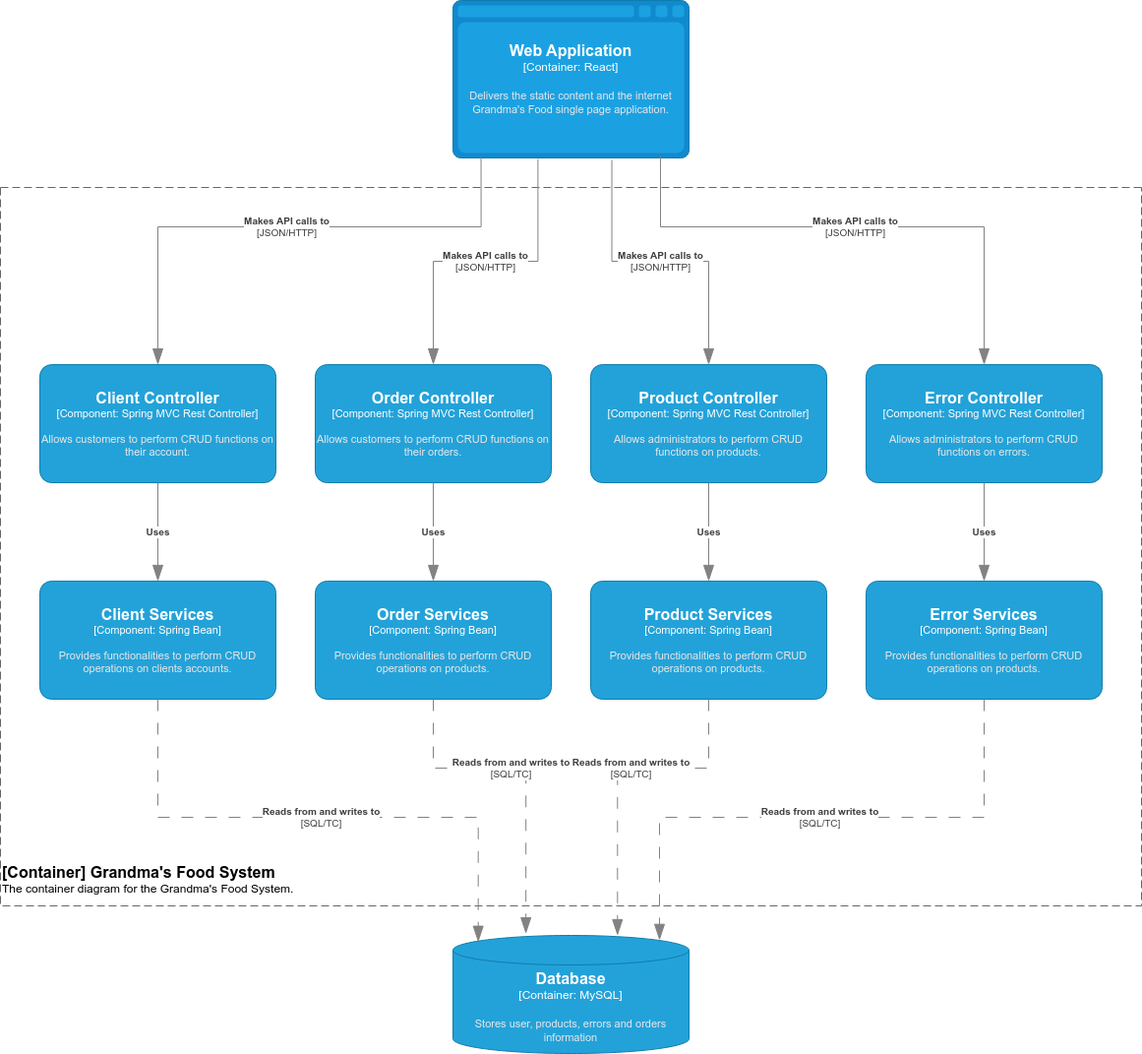
Before: images/c4/component_diagram.png, a diagram exported from draw.io (juan-bueno-01/java-project). Source tidied: cells renumbered, new cells last; positions are measured from the earlier drawing's top-left corner, leaving out a move shared by most shapes.
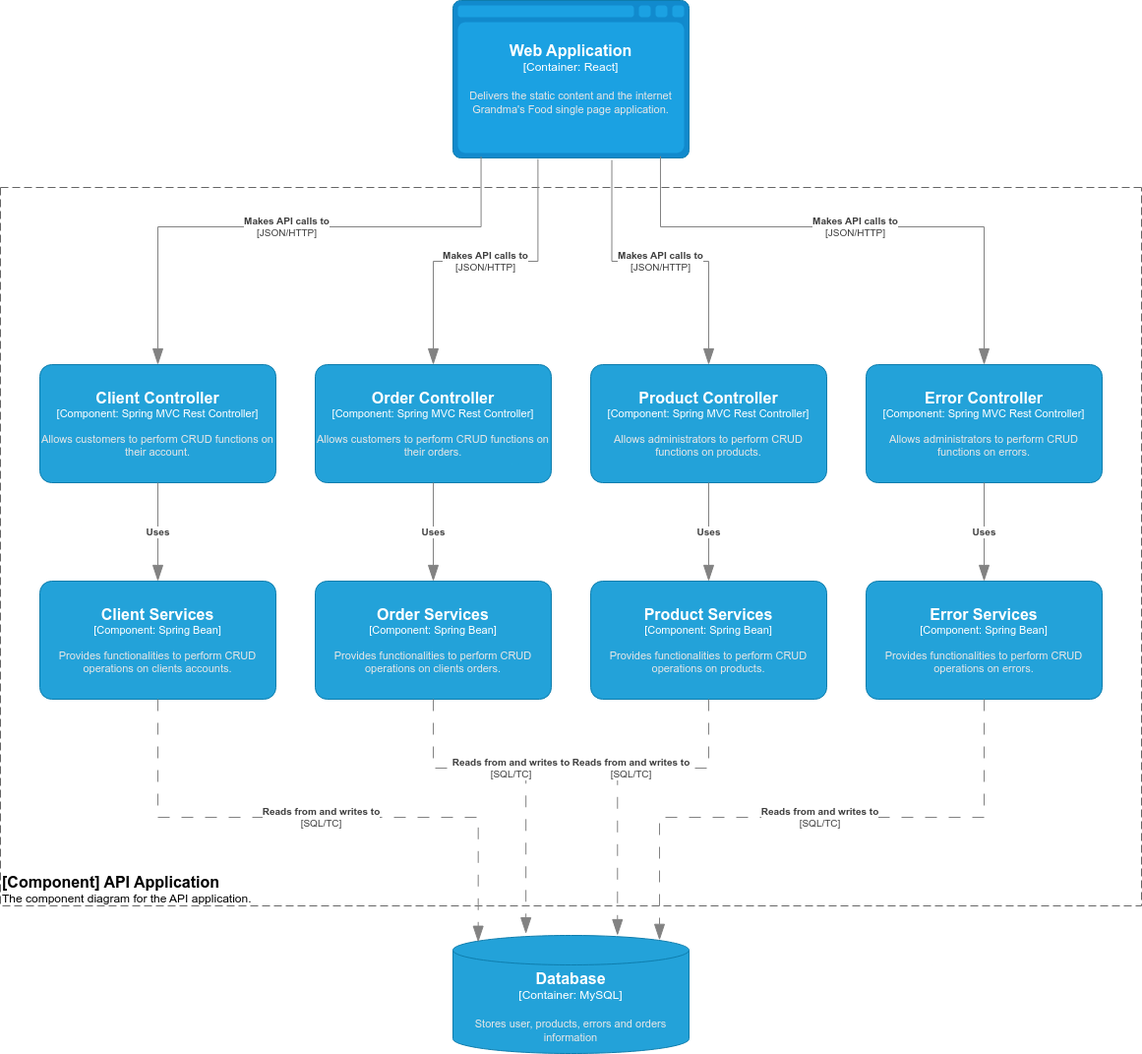
After the change.

Commit message:
component diagram fix

Diff of the diagram source:
```diff
@@ -5,9 +5,9 @@
     <mxCell id="2" style="swimlane;startSize=0;rounded=1;dashed=1;dashPattern=8 4;strokeColor=#666666;align=left;verticalAlign=bottom;spacingTop=0;spacing=10;arcSize=11;fontFamily=Helvetica;fontSize=11;fontColor=#333333;labelBorderColor=none;labelBackgroundColor=none;fillColor=none;" parent="1" vertex="1">
       <mxGeometry y="190" width="1160" height="730" as="geometry" />
     </mxCell>
-    <object id="3" label="&lt;font style=&quot;font-size: 16px&quot;&gt;&lt;b&gt;&lt;div style=&quot;text-align: left&quot;&gt;%c4Name%&lt;/div&gt;&lt;/b&gt;&lt;/font&gt;&lt;div style=&quot;text-align: left&quot;&gt;%c4Description%&lt;/div&gt;" c4Description="The container diagram for the Grandma's Food System." c4Name="[Container] Grandma's Food System" c4Type="ContainerDiagramTitle" placeholders="1">
+    <object id="3" label="&lt;font style=&quot;font-size: 16px&quot;&gt;&lt;b&gt;&lt;div style=&quot;text-align: left&quot;&gt;%c4Name%&lt;/div&gt;&lt;/b&gt;&lt;/font&gt;&lt;div style=&quot;text-align: left&quot;&gt;%c4Description%&lt;/div&gt;" c4Description="The component diagram for the API application." c4Name="[Component] API Application" c4Type="ContainerDiagramTitle" placeholders="1">
       <mxCell style="text;html=1;strokeColor=none;fillColor=none;align=left;verticalAlign=top;whiteSpace=wrap;rounded=0;" parent="2" vertex="1">
-        <mxGeometry y="680" width="310" height="50" as="geometry" />
+        <mxGeometry y="690" width="310" height="40" as="geometry" />
       </mxCell>
     </object>
     <object id="4" label="&lt;font style=&quot;font-size: 16px&quot;&gt;&lt;b&gt;%c4Name%&lt;/b&gt;&lt;/font&gt;&lt;div&gt;[%c4Type%: %c4Technology%]&lt;/div&gt;&lt;br&gt;&lt;div&gt;&lt;font style=&quot;font-size: 11px&quot;&gt;&lt;font color=&quot;#E6E6E6&quot;&gt;%c4Description%&lt;/font&gt;&lt;/div&gt;" c4Description="Allows customers to perform CRUD functions on their account." c4Name="Client Controller" c4Technology="Spring MVC Rest Controller" c4Type="Component" placeholders="1">
@@ -25,7 +25,7 @@
         <mxGeometry x="40" y="400" width="240" height="120" as="geometry" />
       </mxCell>
     </object>
-    <object id="7" label="&lt;font style=&quot;font-size: 16px&quot;&gt;&lt;b&gt;%c4Name%&lt;/b&gt;&lt;/font&gt;&lt;div&gt;[%c4Type%: %c4Technology%]&lt;/div&gt;&lt;br&gt;&lt;div&gt;&lt;font style=&quot;font-size: 11px&quot;&gt;&lt;font color=&quot;#E6E6E6&quot;&gt;%c4Description%&lt;/font&gt;&lt;/div&gt;" c4Description="Provides functionalities to perform CRUD operations on products." c4Name="Order Services" c4Technology="Spring Bean" c4Type="Component" placeholders="1">
+    <object id="7" label="&lt;font style=&quot;font-size: 16px&quot;&gt;&lt;b&gt;%c4Name%&lt;/b&gt;&lt;/font&gt;&lt;div&gt;[%c4Type%: %c4Technology%]&lt;/div&gt;&lt;br&gt;&lt;div&gt;&lt;font style=&quot;font-size: 11px&quot;&gt;&lt;font color=&quot;#E6E6E6&quot;&gt;%c4Description%&lt;/font&gt;&lt;/div&gt;" c4Description="Provides functionalities to perform CRUD operations on clients orders." c4Name="Order Services" c4Technology="Spring Bean" c4Type="Component" placeholders="1">
       <mxCell style="rounded=1;whiteSpace=wrap;html=1;fontSize=11;labelBackgroundColor=none;fillColor=#23A2D9;fontColor=#ffffff;align=center;arcSize=10;strokeColor=#0E7DAD;points=[[0.25,0,0],[0.5,0,0],[0.75,0,0],[1,0.25,0],[1,0.5,0],[1,0.75,0],[0.75,1,0],[0.5,1,0],[0.25,1,0],[0,0.75,0],[0,0.5,0],[0,0.25,0]];" parent="2" vertex="1">
         <mxGeometry x="320" y="400" width="240" height="120" as="geometry" />
       </mxCell>
@@ -45,7 +45,7 @@
         <mxGeometry x="880" y="180" width="240" height="120" as="geometry" />
       </mxCell>
     </object>
-    <object id="11" label="&lt;font style=&quot;font-size: 16px&quot;&gt;&lt;b&gt;%c4Name%&lt;/b&gt;&lt;/font&gt;&lt;div&gt;[%c4Type%: %c4Technology%]&lt;/div&gt;&lt;br&gt;&lt;div&gt;&lt;font style=&quot;font-size: 11px&quot;&gt;&lt;font color=&quot;#E6E6E6&quot;&gt;%c4Description%&lt;/font&gt;&lt;/div&gt;" c4Description="Provides functionalities to perform CRUD operations on products." c4Name="Error Services" c4Technology="Spring Bean" c4Type="Component" placeholders="1">
+    <object id="11" label="&lt;font style=&quot;font-size: 16px&quot;&gt;&lt;b&gt;%c4Name%&lt;/b&gt;&lt;/font&gt;&lt;div&gt;[%c4Type%: %c4Technology%]&lt;/div&gt;&lt;br&gt;&lt;div&gt;&lt;font style=&quot;font-size: 11px&quot;&gt;&lt;font color=&quot;#E6E6E6&quot;&gt;%c4Description%&lt;/font&gt;&lt;/div&gt;" c4Description="Provides functionalities to perform CRUD operations on errors." c4Name="Error Services" c4Technology="Spring Bean" c4Type="Component" placeholders="1">
       <mxCell style="rounded=1;whiteSpace=wrap;html=1;fontSize=11;labelBackgroundColor=none;fillColor=#23A2D9;fontColor=#ffffff;align=center;arcSize=10;strokeColor=#0E7DAD;points=[[0.25,0,0],[0.5,0,0],[0.75,0,0],[1,0.25,0],[1,0.5,0],[1,0.75,0],[0.75,1,0],[0.5,1,0],[0.25,1,0],[0,0.75,0],[0,0.5,0],[0,0.25,0]];" parent="2" vertex="1">
         <mxGeometry x="880" y="400" width="240" height="120" as="geometry" />
       </mxCell>
```
